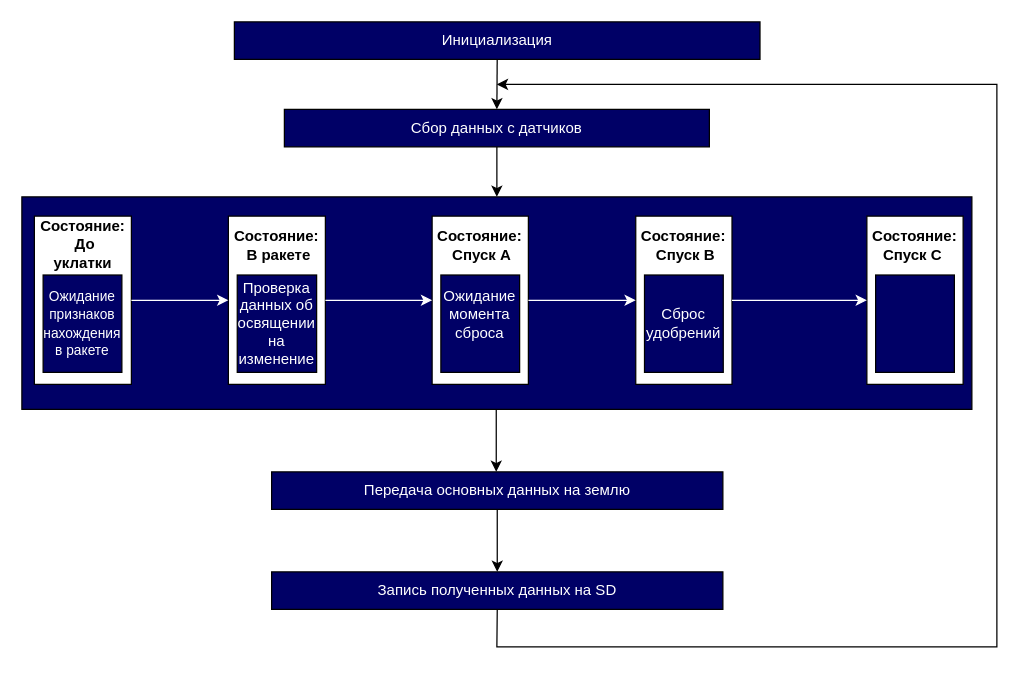
The draw.io diagram schematics/Алгоритм полета.drawio in cansat-tsniimash/cansat-UKLON-M-2023-2024, before the edit. Source tidied: cells renumbered, new cells numbered last; positions are measured from the earlier drawing's top-left corner, leaving out a move shared by most shapes. Both pictures are drawn from the tidied source at 125%, with x=0, y=0 at pixel (21, 21).
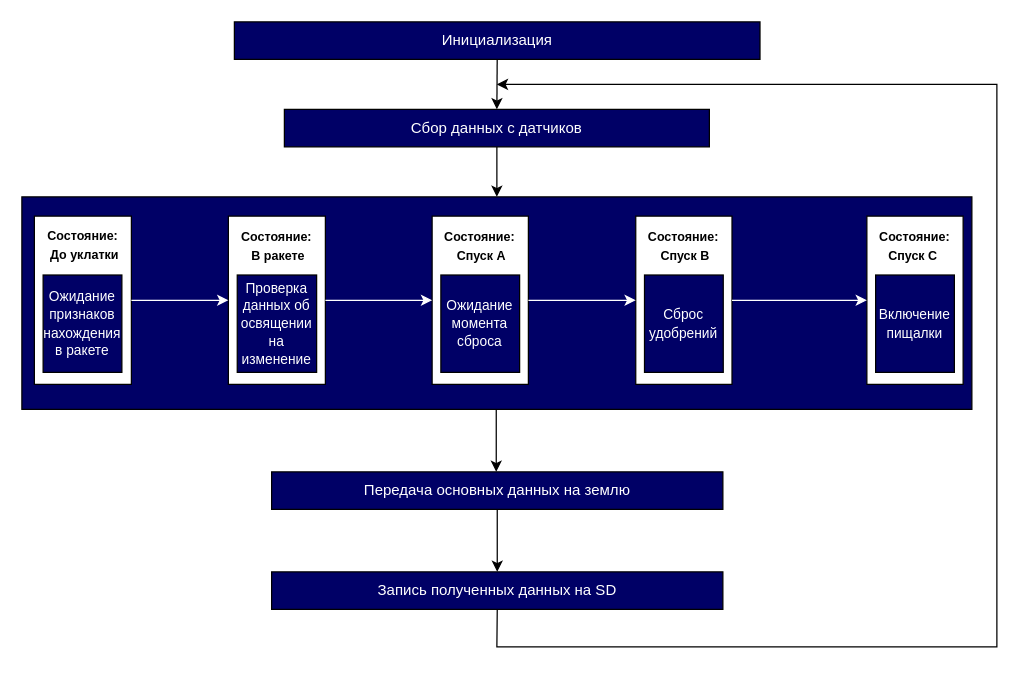
After the change.

Commit message:
Ну вроде, как бы доделал алгоритм полета

Unchanged cells that the change refers to:
```xml
<mxCell id="9" style="group;" parent="8" vertex="1">
  <mxGeometry y="25" width="77.6" height="125" as="geometry" />
</mxCell>
<mxCell id="13" style="group;" parent="8" vertex="1">
  <mxGeometry x="155.2" y="25" width="77.6" height="125" as="geometry" />
</mxCell>
<mxCell id="18" style="group;" parent="8" vertex="1">
  <mxGeometry x="318.2" y="25" width="84" height="125" as="geometry" />
</mxCell>
<mxCell id="23" style="group;" parent="8" vertex="1">
  <mxGeometry x="481.1" y="25" width="84" height="125" as="geometry" />
</mxCell>
<mxCell id="28" style="group;" parent="7" vertex="1">
  <mxGeometry x="666" y="25" width="84" height="125" as="geometry" />
</mxCell>
```

Change to the diagram source:
```diff
@@
-    <mxCell id="12" value="&lt;b&gt;Состояние:&lt;br&gt;&amp;nbsp;До уклатки&lt;/b&gt;" style="text;html=1;strokeColor=none;fillColor=none;align=center;verticalAlign=middle;whiteSpace=wrap;rounded=0;" parent="9" vertex="1">
+    <mxCell id="12" value="&lt;b style=&quot;font-size: 10px;&quot;&gt;Состояние:&lt;br&gt;&amp;nbsp;До уклатки&lt;/b&gt;" style="text;html=1;strokeColor=none;fillColor=none;align=center;verticalAlign=middle;whiteSpace=wrap;rounded=0;" parent="9" vertex="1">
       <mxGeometry x="7.1" y="-1" width="63.5" height="28.8" as="geometry" />
     </mxCell>
@@
-    <mxCell id="15" value="&lt;font color=&quot;#ffffff&quot;&gt;Проверка данных об освящении на изменение&lt;br&gt;&lt;/font&gt;" style="rounded=0;whiteSpace=wrap;html=1;fillColor=#000066;" parent="13" vertex="1">
+    <mxCell id="15" value="&lt;font color=&quot;#ffffff&quot;&gt;&lt;font style=&quot;font-size: 11px;&quot;&gt;Проверка данных об освящении на изменение&lt;/font&gt;&lt;br&gt;&lt;/font&gt;" style="rounded=0;whiteSpace=wrap;html=1;fillColor=#000066;" parent="13" vertex="1">
       <mxGeometry x="7.1" y="37.5" width="63.5" height="77.9" as="geometry" />
     </mxCell>
-    <mxCell id="16" value="&lt;b&gt;Состояние:&lt;br&gt;&amp;nbsp;В ракете&lt;/b&gt;" style="text;html=1;strokeColor=none;fillColor=none;align=center;verticalAlign=middle;whiteSpace=wrap;rounded=0;" parent="13" vertex="1">
+    <mxCell id="16" value="&lt;b style=&quot;font-size: 10px;&quot;&gt;Состояние:&lt;br&gt;&amp;nbsp;В ракете&lt;/b&gt;" style="text;html=1;strokeColor=none;fillColor=none;align=center;verticalAlign=middle;whiteSpace=wrap;rounded=0;" parent="13" vertex="1">
       <mxGeometry x="7.1" width="63.5" height="28.8" as="geometry" />
     </mxCell>
@@
-    <mxCell id="20" value="&lt;font color=&quot;#ffffff&quot;&gt;Ожидание&lt;br&gt;момента сброса&lt;br&gt;&lt;br&gt;&lt;/font&gt;" style="rounded=0;whiteSpace=wrap;html=1;fillColor=#000066;" parent="18" vertex="1">
+    <mxCell id="20" value="&lt;font style=&quot;font-size: 11px;&quot; color=&quot;#ffffff&quot;&gt;Ожидание&lt;br&gt;момента сброса&lt;br&gt;&lt;/font&gt;" style="rounded=0;whiteSpace=wrap;html=1;fillColor=#000066;" parent="18" vertex="1">
       <mxGeometry x="7" y="37.5" width="63" height="77.9" as="geometry" />
     </mxCell>
-    <mxCell id="21" value="&lt;b&gt;Состояние:&lt;br&gt;&amp;nbsp;Спуск A&lt;/b&gt;" style="text;html=1;strokeColor=none;fillColor=none;align=center;verticalAlign=middle;whiteSpace=wrap;rounded=0;" parent="18" vertex="1">
+    <mxCell id="21" value="&lt;b style=&quot;font-size: 10px;&quot;&gt;Состояние:&lt;br&gt;&amp;nbsp;Спуск A&lt;/b&gt;" style="text;html=1;strokeColor=none;fillColor=none;align=center;verticalAlign=middle;whiteSpace=wrap;rounded=0;" parent="18" vertex="1">
       <mxGeometry width="77" height="28.8" as="geometry" />
     </mxCell>
@@
-    <mxCell id="25" value="&lt;font color=&quot;#ffffff&quot;&gt;Сброс удобрений&lt;br&gt;&lt;/font&gt;" style="rounded=0;whiteSpace=wrap;html=1;fillColor=#000066;" parent="23" vertex="1">
+    <mxCell id="25" value="&lt;font color=&quot;#ffffff&quot;&gt;&lt;font size=&quot;1&quot; style=&quot;&quot;&gt;&lt;span style=&quot;font-size: 11px;&quot;&gt;Сброс удобрений&lt;/span&gt;&lt;/font&gt;&lt;br&gt;&lt;/font&gt;" style="rounded=0;whiteSpace=wrap;html=1;fillColor=#000066;" parent="23" vertex="1">
       <mxGeometry x="7" y="37.5" width="63" height="77.9" as="geometry" />
     </mxCell>
-    <mxCell id="26" value="&lt;b&gt;Состояние:&lt;br&gt;&amp;nbsp;Спуск B&lt;/b&gt;" style="text;html=1;strokeColor=none;fillColor=none;align=center;verticalAlign=middle;whiteSpace=wrap;rounded=0;" parent="23" vertex="1">
+    <mxCell id="26" value="&lt;b style=&quot;font-size: 10px;&quot;&gt;Состояние:&lt;br&gt;&amp;nbsp;Спуск B&lt;/b&gt;" style="text;html=1;strokeColor=none;fillColor=none;align=center;verticalAlign=middle;whiteSpace=wrap;rounded=0;" parent="23" vertex="1">
       <mxGeometry width="77" height="28.8" as="geometry" />
     </mxCell>
@@
-    <mxCell id="30" value="&lt;font color=&quot;#ffffff&quot;&gt;&lt;br&gt;&lt;/font&gt;" style="rounded=0;whiteSpace=wrap;html=1;fillColor=#000066;" parent="28" vertex="1">
+    <mxCell id="30" value="&lt;font style=&quot;&quot; color=&quot;#ffffff&quot;&gt;&lt;font style=&quot;font-size: 11px;&quot;&gt;Включение пищалки&lt;/font&gt;&lt;br&gt;&lt;/font&gt;" style="rounded=0;whiteSpace=wrap;html=1;fillColor=#000066;" parent="28" vertex="1">
       <mxGeometry x="7" y="37.5" width="63" height="77.9" as="geometry" />
     </mxCell>
-    <mxCell id="31" value="&lt;b&gt;Состояние:&lt;br&gt;Спуск C&amp;nbsp;&lt;/b&gt;" style="text;html=1;strokeColor=none;fillColor=none;align=center;verticalAlign=middle;whiteSpace=wrap;rounded=0;" parent="28" vertex="1">
+    <mxCell id="31" value="&lt;b style=&quot;font-size: 10px;&quot;&gt;Состояние:&lt;br&gt;Спуск C&amp;nbsp;&lt;/b&gt;" style="text;html=1;strokeColor=none;fillColor=none;align=center;verticalAlign=middle;whiteSpace=wrap;rounded=0;" parent="28" vertex="1">
       <mxGeometry width="77" height="28.8" as="geometry" />
     </mxCell>
```
